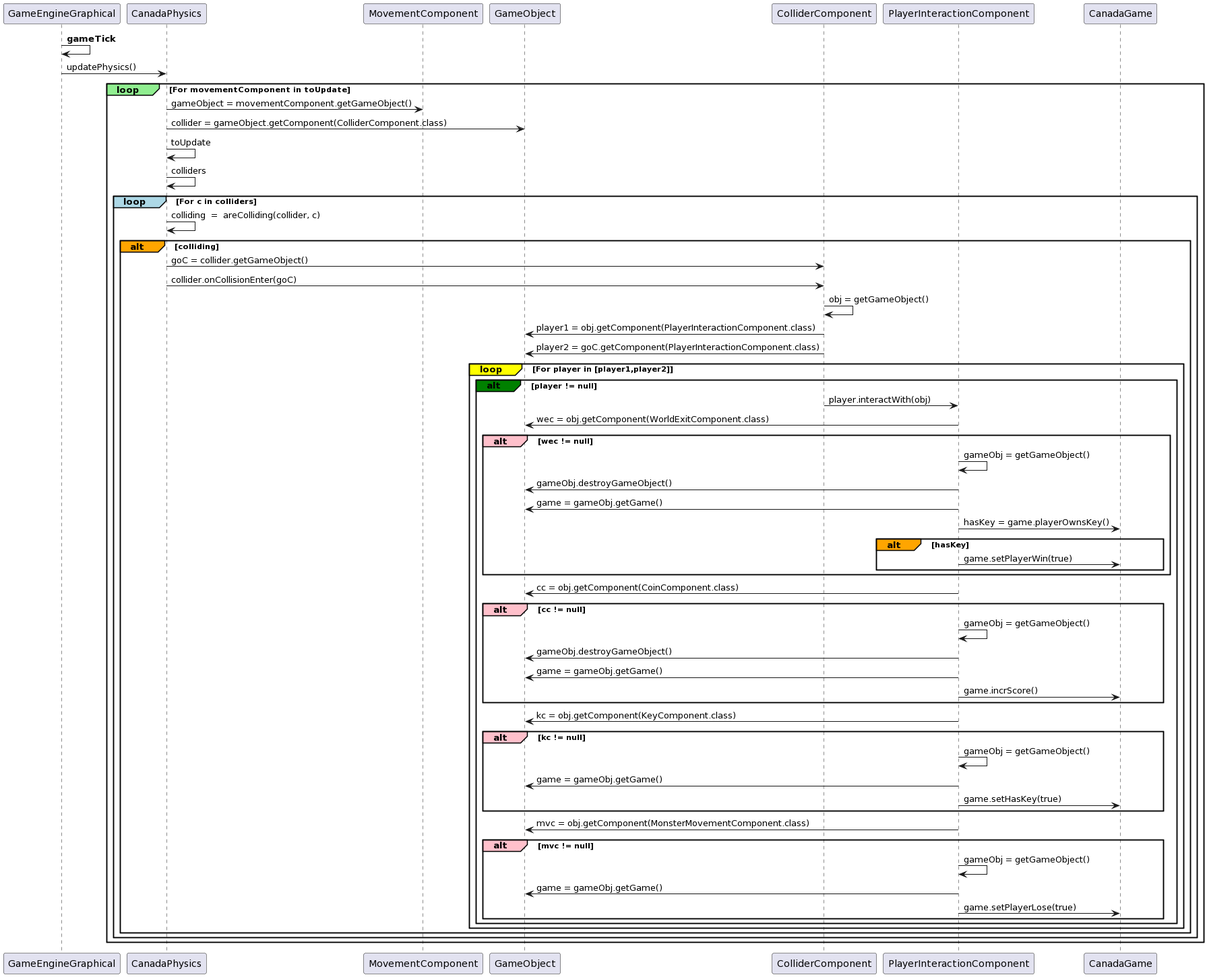
lesniak4/ACL keeps this PlantUML diagram as sprints/sprint2/CollisionSequenceDiagram.png. Above is the earlier version.
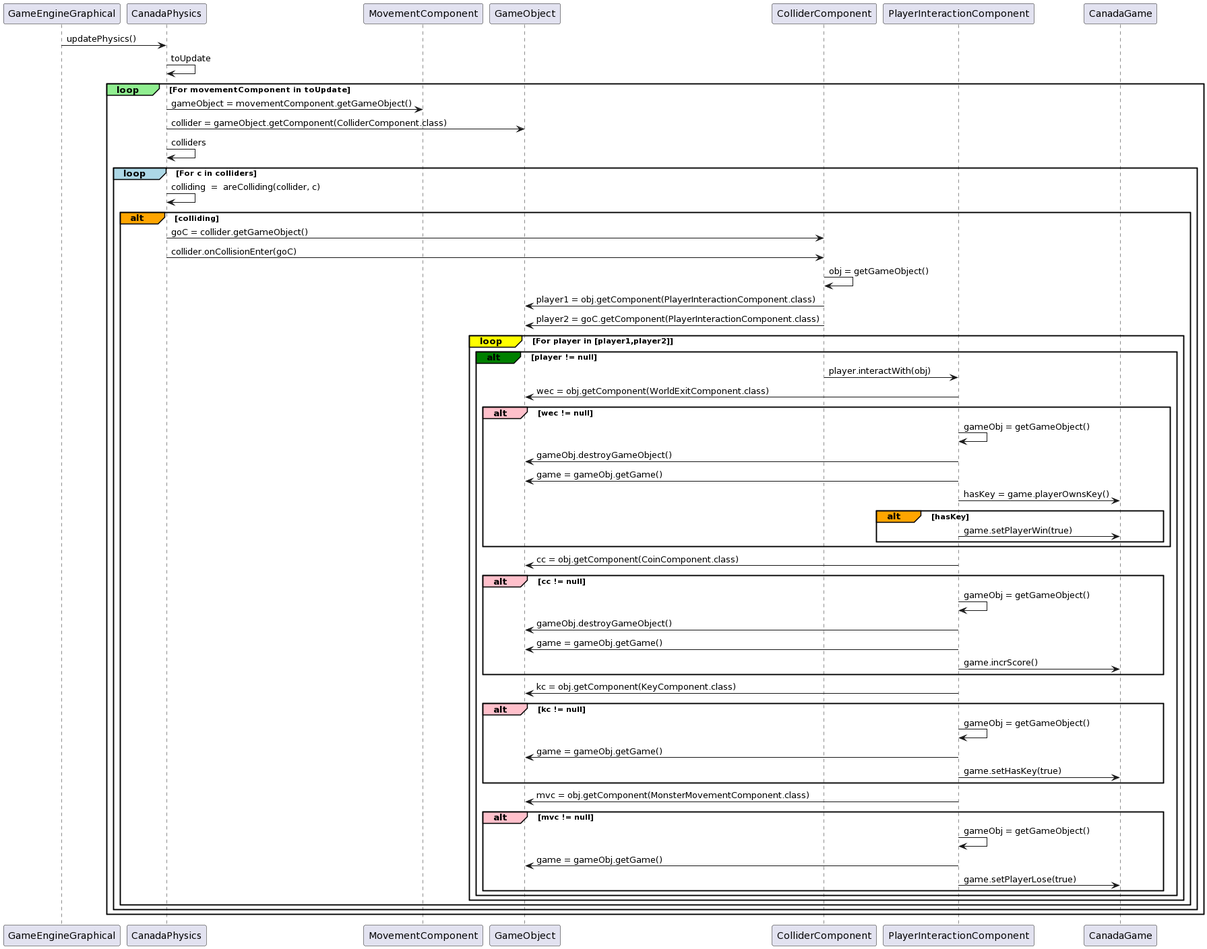
The same file after the commit.

Commit message:
Modification du sprint retrospective et correction du diagramme de séquence pour les collisions

Diff of the diagram source:
```diff
@@ -1,13 +1,14 @@
 @startuml
-GameEngineGraphical -> GameEngineGraphical : **gameTick**
 GameEngineGraphical -> CanadaPhysics : updatePhysics()
+
+CanadaPhysics->CanadaPhysics : toUpdate
+
 loop#LightGreen For movementComponent in toUpdate
 
    CanadaPhysics -> MovementComponent : gameObject = movementComponent.getGameObject()
 
    CanadaPhysics -> GameObject : collider = gameObject.getComponent(ColliderComponent.class)
 
-   CanadaPhysics->CanadaPhysics : toUpdate
    CanadaPhysics->CanadaPhysics : colliders
 
    loop#LightBlue For c in colliders
```
